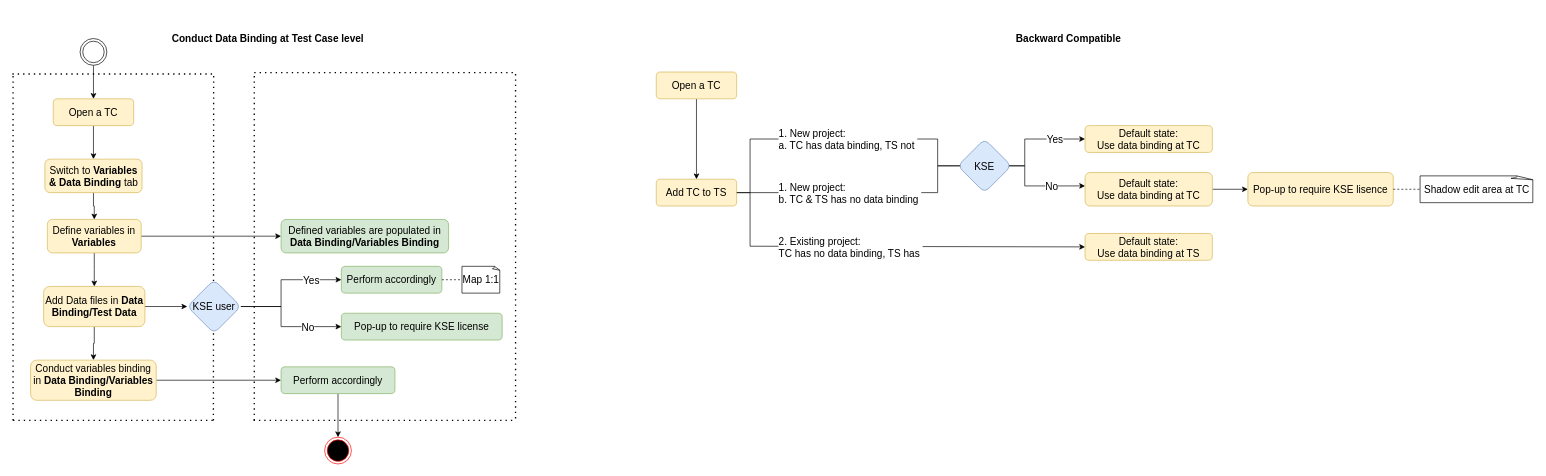
Earlier version of the draw.io diagram page "conduct-data-binding-at-tc" (1 of 2) of Untitled Diagram.drawio (nhpthuy/chart). Source tidied: cells renumbered, new cells numbered last; positions are measured from the earlier drawing's top-left corner, leaving out a move shared by most shapes. Both pictures are drawn from the tidied source at 67%, with x=0, y=0 at pixel (12, 31).
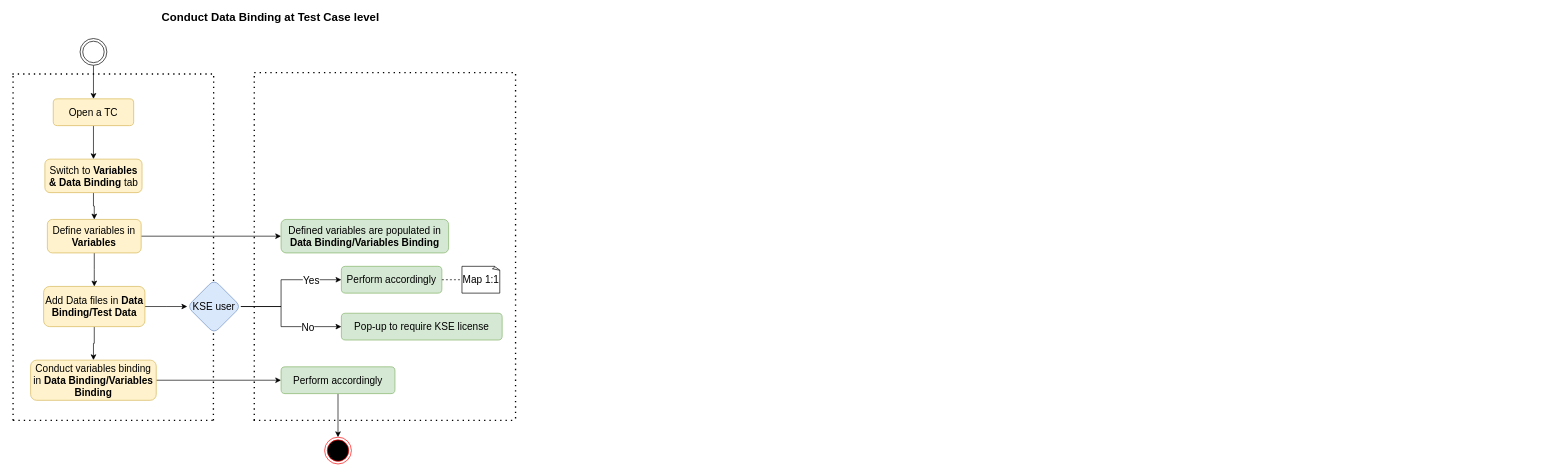
After the change.

Diff of the diagram source:
```diff
@@
-    <mxCell id="25" value="&lt;font style=&quot;font-size: 15px;&quot;&gt;Conduct Data Binding at Test Case level&lt;/font&gt;" style="text;html=1;align=center;verticalAlign=middle;strokeColor=none;fillColor=none;fontStyle=1;fontSize=15;" parent="1" vertex="1">
-      <mxGeometry x="231" width="300" height="20" as="geometry" />
+    <mxCell id="25" value="&lt;font style=&quot;font-size: 17px&quot;&gt;Conduct Data Binding at Test Case level&lt;/font&gt;" style="text;html=1;align=center;verticalAlign=middle;strokeColor=none;fillColor=none;fontStyle=1;fontSize=15;" parent="1" vertex="1">
+      <mxGeometry x="214.8" y="-30" width="340" height="20" as="geometry" />
     </mxCell>
@@
-    <mxCell id="38" value="&lt;font style=&quot;font-size: 15px&quot;&gt;Backward Compatible&lt;/font&gt;" style="text;html=1;align=center;verticalAlign=middle;strokeColor=none;fillColor=none;fontStyle=1;fontSize=15;" parent="1" vertex="1">
-      <mxGeometry x="1491" width="170" height="20" as="geometry" />
-    </mxCell>
-    <mxCell id="39" style="edgeStyle=orthogonalEdgeStyle;rounded=0;jettySize=auto;html=1;fontSize=15;" parent="1" edge="1" source="40" target="42">
-      <mxGeometry relative="1" as="geometry" />
-    </mxCell>
-    <mxCell id="40" value="Open a TC" style="rounded=1;whiteSpace=wrap;html=1;fontSize=15;glass=0;strokeWidth=1;shadow=0;fillColor=#fff2cc;strokeColor=#d6b656;" parent="1" vertex="1">
-      <mxGeometry x="961" y="60" width="120" height="40" as="geometry" />
-    </mxCell>
-    <mxCell id="41" style="edgeStyle=orthogonalEdgeStyle;rounded=0;jettySize=auto;html=1;fontSize=15;exitX=1;exitY=0.5;exitDx=0;exitDy=0;" parent="1" edge="1" source="42">
-      <mxGeometry relative="1" as="geometry">
-        <mxPoint x="1431" y="200" as="targetPoint" />
-        <Array as="points">
-          <mxPoint x="1101" y="240" />
-          <mxPoint x="1101" y="160" />
-          <mxPoint x="1381" y="160" />
-          <mxPoint x="1381" y="200" />
-        </Array>
-      </mxGeometry>
-    </mxCell>
-    <mxCell id="42" value="Add TC to TS" style="rounded=1;whiteSpace=wrap;html=1;fontSize=15;glass=0;strokeWidth=1;shadow=0;fillColor=#fff2cc;strokeColor=#d6b656;" parent="1" vertex="1">
-      <mxGeometry x="961" y="220" width="120" height="40" as="geometry" />
-    </mxCell>
-    <mxCell id="43" value="1. New project:&lt;br&gt;a. TC has data binding, TS not&amp;nbsp;" style="edgeLabel;html=1;align=left;verticalAlign=middle;fontSize=15;" parent="1" vertex="1">
-      <mxGeometry x="1142" y="160" as="geometry" />
-    </mxCell>
-    <mxCell id="44" style="edgeStyle=orthogonalEdgeStyle;rounded=0;jettySize=auto;html=1;fontSize=15;entryX=0;entryY=0.5;entryDx=0;entryDy=0;" parent="1" edge="1" target="45">
-      <mxGeometry relative="1" as="geometry">
-        <mxPoint x="1101" y="240" as="sourcePoint" />
-        <Array as="points">
-          <mxPoint x="1101" y="320" />
-        </Array>
-      </mxGeometry>
-    </mxCell>
-    <mxCell id="45" value="Default state: &lt;br&gt;Use data binding at TS" style="rounded=1;whiteSpace=wrap;html=1;fontSize=15;glass=0;strokeWidth=1;shadow=0;fillColor=#fff2cc;strokeColor=#d6b656;" parent="1" vertex="1">
-      <mxGeometry x="1601" y="301" width="190" height="40" as="geometry" />
-    </mxCell>
-    <mxCell id="46" value="2. Existing project:&lt;br&gt;TC has no data binding, TS has&amp;nbsp;" style="edgeLabel;html=1;align=left;verticalAlign=middle;fontSize=15;" parent="1" vertex="1">
-      <mxGeometry x="1142" y="321" as="geometry" />
-    </mxCell>
-    <mxCell id="47" style="edgeStyle=orthogonalEdgeStyle;rounded=0;orthogonalLoop=1;jettySize=auto;html=1;entryX=0;entryY=0.5;entryDx=0;entryDy=0;fontSize=15;" parent="1" edge="1">
-      <mxGeometry relative="1" as="geometry">
-        <mxPoint x="1451" y="200" as="sourcePoint" />
-        <mxPoint x="1601" y="230" as="targetPoint" />
-        <Array as="points">
-          <mxPoint x="1511" y="200" />
-          <mxPoint x="1511" y="230" />
-        </Array>
-      </mxGeometry>
-    </mxCell>
-    <mxCell id="48" value="No" style="edgeLabel;html=1;align=center;verticalAlign=middle;fontSize=15;" parent="47" vertex="1">
-      <mxGeometry y="1" relative="1" as="geometry">
-        <mxPoint x="39" y="1" as="offset" />
-      </mxGeometry>
-    </mxCell>
-    <mxCell id="49" style="edgeStyle=orthogonalEdgeStyle;rounded=0;orthogonalLoop=1;jettySize=auto;html=1;entryX=0;entryY=0.5;entryDx=0;entryDy=0;fontSize=15;" parent="1" edge="1">
-      <mxGeometry relative="1" as="geometry">
-        <mxPoint x="1451" y="200" as="sourcePoint" />
-        <mxPoint x="1601" y="160" as="targetPoint" />
-        <Array as="points">
-          <mxPoint x="1511" y="200" />
-          <mxPoint x="1511" y="160" />
-        </Array>
-      </mxGeometry>
-    </mxCell>
-    <mxCell id="50" value="Yes" style="edgeLabel;html=1;align=center;verticalAlign=middle;fontSize=15;" parent="49" vertex="1">
-      <mxGeometry x="0.49" relative="1" as="geometry">
-        <mxPoint x="2" as="offset" />
-      </mxGeometry>
-    </mxCell>
-    <mxCell id="51" value="Default state: &lt;br&gt;Use data binding at TC" style="rounded=1;whiteSpace=wrap;html=1;fontSize=15;glass=0;strokeWidth=1;shadow=0;fillColor=#fff2cc;strokeColor=#d6b656;" parent="1" vertex="1">
-      <mxGeometry x="1601" y="140" width="190" height="40" as="geometry" />
-    </mxCell>
-    <mxCell id="52" style="edgeStyle=orthogonalEdgeStyle;rounded=0;jettySize=auto;html=1;fontSize=15;" parent="1" edge="1" source="53" target="54">
-      <mxGeometry relative="1" as="geometry" />
-    </mxCell>
-    <mxCell id="53" value="Default state: &lt;br&gt;Use data binding at TC" style="rounded=1;whiteSpace=wrap;html=1;fontSize=15;glass=0;strokeWidth=1;shadow=0;fillColor=#fff2cc;strokeColor=#d6b656;" parent="1" vertex="1">
-      <mxGeometry x="1601" y="210" width="190" height="50" as="geometry" />
-    </mxCell>
-    <mxCell id="54" value="Pop-up to require KSE lisence" style="rounded=1;whiteSpace=wrap;html=1;fontSize=15;glass=0;strokeWidth=1;shadow=0;fillColor=#fff2cc;strokeColor=#d6b656;" parent="1" vertex="1">
-      <mxGeometry x="1844" y="210" width="217" height="50" as="geometry" />
-    </mxCell>
-    <mxCell id="55" value="Shadow edit area at TC" style="whiteSpace=wrap;html=1;shape=mxgraph.basic.document;fontSize=15;" parent="1" vertex="1">
-      <mxGeometry x="2101" y="215" width="170" height="40" as="geometry" />
-    </mxCell>
-    <mxCell id="56" style="endArrow=none;dashed=1;html=1;rounded=0;fontSize=15;exitX=1;exitY=0.5;exitDx=0;exitDy=0;entryX=0;entryY=0.5;entryDx=0;entryDy=0;entryPerimeter=0;" parent="1" edge="1" source="54" target="55">
-      <mxGeometry relative="1" as="geometry" />
-    </mxCell>
-    <mxCell id="57" style="endArrow=classic;html=1;rounded=0;fontSize=15;exitX=1;exitY=0.5;exitDx=0;exitDy=0;" parent="1" edge="1" source="42">
-      <mxGeometry relative="1" as="geometry">
-        <mxPoint x="1471" y="200" as="targetPoint" />
-        <Array as="points">
-          <mxPoint x="1381" y="240" />
-          <mxPoint x="1381" y="200" />
-          <mxPoint x="1461" y="200" />
-        </Array>
-      </mxGeometry>
-    </mxCell>
-    <mxCell id="58" value="KSE" style="rhombus;whiteSpace=wrap;html=1;fontSize=15;fillColor=#dae8fc;strokeColor=#6c8ebf;rounded=1;glass=0;strokeWidth=1;shadow=0;" parent="1" vertex="1">
-      <mxGeometry x="1411" y="160" width="80" height="80" as="geometry" />
-    </mxCell>
-    <mxCell id="59" value="1. New project:&lt;br&gt;b. TC &amp;amp; TS has no data binding&amp;nbsp;" style="edgeLabel;html=1;align=left;verticalAlign=middle;fontSize=15;" parent="1" vertex="1">
-      <mxGeometry x="1142" y="240" as="geometry" />
-    </mxCell>
```
